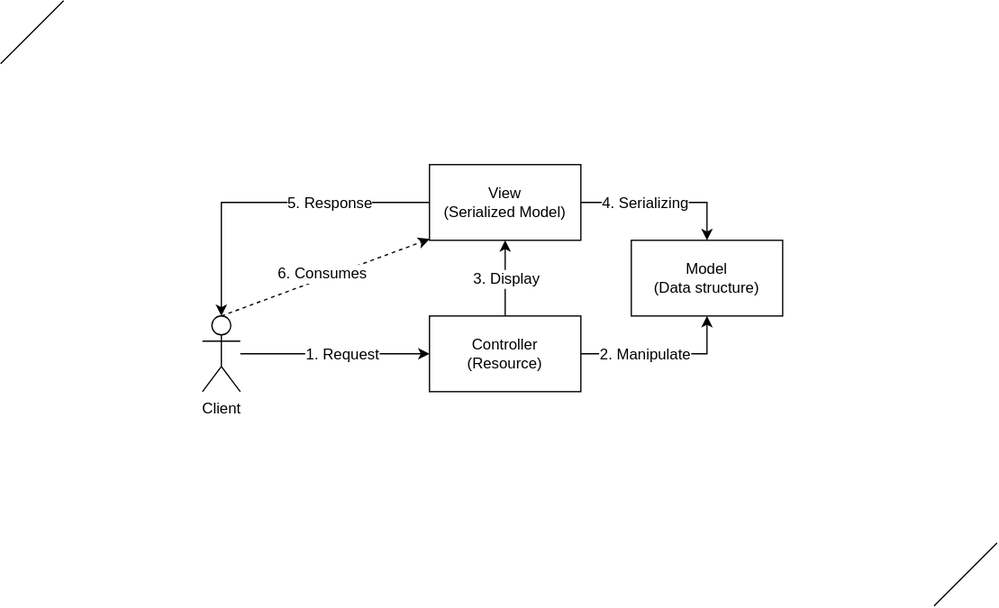
Earlier version of the draw.io export Diagrams/Web API.svg (PacktPublishing/Architecting-ASP.NET-Core-Applications-3E). Source tidied: cells renumbered, new cells last; positions are measured from the earlier drawing's top-left corner, leaving out a move shared by most shapes.
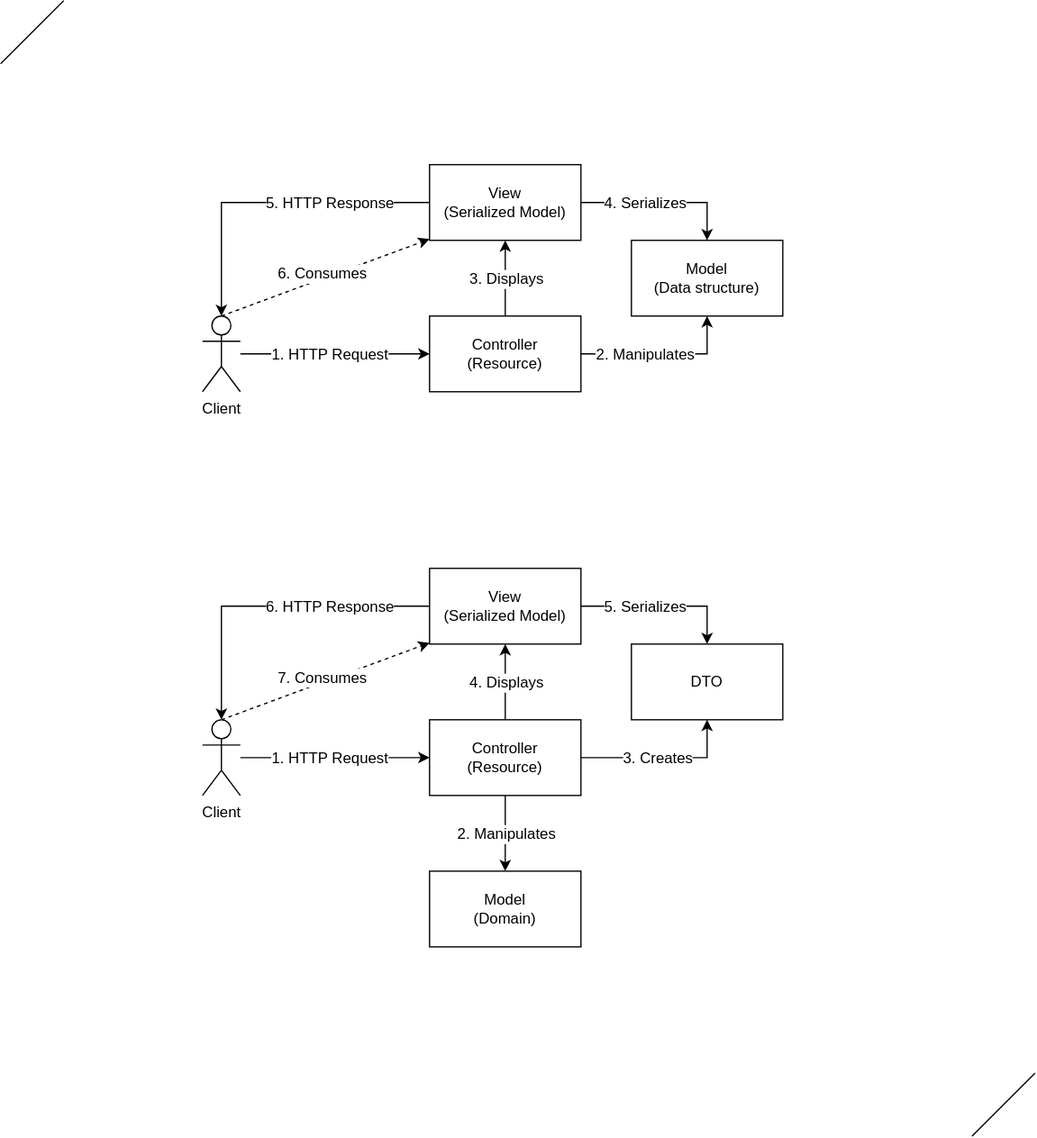
The same file after the commit.

Commit message:
Update Web API diagrams

What changed in the source:
```diff
@@ -8,7 +8,7 @@
     <mxCell id="3" style="edgeStyle=orthogonalEdgeStyle;rounded=0;html=1;jettySize=auto;" parent="1" edge="1" source="7" target="17">
       <mxGeometry relative="1" as="geometry" />
     </mxCell>
-    <mxCell id="4" value="3. Display" style="text;html=1;align=center;verticalAlign=middle;labelBackgroundColor=default;fontColor=default;" parent="3" vertex="1">
+    <mxCell id="4" value="3. Displays" style="text;html=1;align=center;verticalAlign=middle;labelBackgroundColor=default;fontColor=default;" parent="3" vertex="1">
       <mxGeometry x="-0.15" relative="1" as="geometry">
         <mxPoint y="-4.5" as="offset" />
       </mxGeometry>
@@ -16,7 +16,7 @@
     <mxCell id="5" style="edgeStyle=orthogonalEdgeStyle;rounded=0;html=1;entryX=0.5;entryY=1;jettySize=auto;" parent="1" edge="1" source="7" target="2">
       <mxGeometry relative="1" as="geometry" />
     </mxCell>
-    <mxCell id="6" value="2. Manipulate" style="text;html=1;align=center;verticalAlign=middle;labelBackgroundColor=default;fontColor=default;" parent="5" vertex="1">
+    <mxCell id="6" value="2. Manipulates" style="text;html=1;align=center;verticalAlign=middle;labelBackgroundColor=default;fontColor=default;" parent="5" vertex="1">
       <mxGeometry x="0.08" y="-2" relative="1" as="geometry">
         <mxPoint x="-20" y="-2" as="offset" />
       </mxGeometry>
@@ -27,9 +27,9 @@
     <mxCell id="8" style="edgeStyle=orthogonalEdgeStyle;rounded=0;html=1;jettySize=auto;" parent="1" edge="1" source="12" target="7">
       <mxGeometry relative="1" as="geometry" />
     </mxCell>
-    <mxCell id="9" value="1. Request" style="text;html=1;align=center;verticalAlign=middle;labelBackgroundColor=default;fontColor=default;" parent="8" vertex="1">
+    <mxCell id="9" value="1. HTTP Request" style="text;html=1;align=center;verticalAlign=middle;labelBackgroundColor=default;fontColor=default;" parent="8" vertex="1">
       <mxGeometry x="-0.13" y="-1" relative="1" as="geometry">
-        <mxPoint x="15" y="-1" as="offset" />
+        <mxPoint x="5" y="-1" as="offset" />
       </mxGeometry>
     </mxCell>
     <mxCell id="10" style="rounded=0;html=1;exitX=0.5;exitY=0;exitPerimeter=0;entryX=0;entryY=0.983;entryPerimeter=0;jettySize=auto;dashed=1;" parent="1" edge="1" source="12" target="17">
@@ -46,7 +46,7 @@
     <mxCell id="13" style="edgeStyle=orthogonalEdgeStyle;rounded=0;html=1;entryX=0.5;entryY=0;entryPerimeter=0;jettySize=auto;" parent="1" edge="1" source="17" target="12">
       <mxGeometry relative="1" as="geometry" />
     </mxCell>
-    <mxCell id="14" value="5. Response" style="text;html=1;align=center;verticalAlign=middle;labelBackgroundColor=default;fontColor=default;" parent="13" vertex="1">
+    <mxCell id="14" value="5. HTTP Response" style="text;html=1;align=center;verticalAlign=middle;labelBackgroundColor=default;fontColor=default;" parent="13" vertex="1">
       <mxGeometry x="0.08" y="2" relative="1" as="geometry">
         <mxPoint x="58" y="-2" as="offset" />
       </mxGeometry>
@@ -54,7 +54,7 @@
     <mxCell id="15" style="edgeStyle=orthogonalEdgeStyle;rounded=0;html=1;entryX=0.5;entryY=0;jettySize=auto;" parent="1" edge="1" source="17" target="2">
       <mxGeometry relative="1" as="geometry" />
     </mxCell>
-    <mxCell id="16" value="4. Serializing" style="text;html=1;align=center;verticalAlign=middle;labelBackgroundColor=default;fontColor=default;" parent="15" vertex="1">
+    <mxCell id="16" value="4. Serializes" style="text;html=1;align=center;verticalAlign=middle;labelBackgroundColor=default;fontColor=default;" parent="15" vertex="1">
       <mxGeometry x="-0.46" y="-1" relative="1" as="geometry">
         <mxPoint x="15" y="-1" as="offset" />
       </mxGeometry>
@@ -70,9 +70,80 @@
     </mxCell>
     <mxCell id="19" style="endArrow=none;html=1;fontColor=default;" parent="1" edge="1">
       <mxGeometry relative="1" as="geometry">
-        <mxPoint x="740" y="480" as="sourcePoint" />
-        <mxPoint x="790" y="430" as="targetPoint" />
+        <mxPoint x="770" y="900" as="sourcePoint" />
+        <mxPoint x="820" y="850" as="targetPoint" />
       </mxGeometry>
     </mxCell>
+    <mxCell id="20" value="DTO&lt;br&gt;" style="rounded=0;whiteSpace=wrap;html=1;" parent="1" vertex="1">
+      <mxGeometry x="500" y="510" width="120" height="60" as="geometry" />
+    </mxCell>
+    <mxCell id="21" style="edgeStyle=orthogonalEdgeStyle;rounded=0;html=1;jettySize=auto;fontColor=default;labelBackgroundColor=default;" parent="1" edge="1" source="27" target="37">
+      <mxGeometry relative="1" as="geometry" />
+    </mxCell>
+    <mxCell id="22" value="4. Displays" style="text;html=1;align=center;verticalAlign=middle;labelBackgroundColor=default;fontColor=default;" parent="21" vertex="1">
+      <mxGeometry x="-0.15" relative="1" as="geometry">
+        <mxPoint y="-4.5" as="offset" />
+      </mxGeometry>
+    </mxCell>
+    <mxCell id="23" style="edgeStyle=orthogonalEdgeStyle;rounded=0;html=1;entryX=0.5;entryY=1;jettySize=auto;fontColor=default;labelBackgroundColor=default;" parent="1" edge="1" source="27" target="20">
+      <mxGeometry relative="1" as="geometry" />
+    </mxCell>
+    <mxCell id="24" value="3. Creates" style="text;html=1;align=center;verticalAlign=middle;labelBackgroundColor=default;fontColor=default;" parent="23" vertex="1">
+      <mxGeometry x="0.08" y="-2" relative="1" as="geometry">
+        <mxPoint x="-10" y="-2" as="offset" />
+      </mxGeometry>
+    </mxCell>
+    <mxCell id="25" style="edgeStyle=orthogonalEdgeStyle;rounded=0;html=1;jettySize=auto;fontColor=default;labelBackgroundColor=default;" parent="1" edge="1" source="27" target="38">
+      <mxGeometry relative="1" as="geometry" />
+    </mxCell>
+    <mxCell id="26" value="2. Manipulates" style="text;html=1;align=center;verticalAlign=middle;labelBackgroundColor=default;fontColor=default;" parent="25" vertex="1">
+      <mxGeometry x="-0.19" y="29" relative="1" as="geometry">
+        <mxPoint x="-29" y="6" as="offset" />
+      </mxGeometry>
+    </mxCell>
+    <mxCell id="27" value="Controller&lt;br&gt;(Resource)&lt;br&gt;" style="rounded=0;whiteSpace=wrap;html=1;" parent="1" vertex="1">
+      <mxGeometry x="340" y="570" width="120" height="60" as="geometry" />
+    </mxCell>
+    <mxCell id="28" style="edgeStyle=orthogonalEdgeStyle;rounded=0;html=1;jettySize=auto;fontColor=default;labelBackgroundColor=default;" parent="1" edge="1" source="32" target="27">
+      <mxGeometry relative="1" as="geometry" />
+    </mxCell>
+    <mxCell id="29" value="1. HTTP Request" style="text;html=1;align=center;verticalAlign=middle;labelBackgroundColor=default;fontColor=default;" parent="28" vertex="1">
+      <mxGeometry x="-0.13" y="-1" relative="1" as="geometry">
+        <mxPoint x="5" y="-1" as="offset" />
+      </mxGeometry>
+    </mxCell>
+    <mxCell id="30" style="rounded=0;html=1;exitX=0.5;exitY=0;exitPerimeter=0;entryX=0;entryY=0.983;entryPerimeter=0;jettySize=auto;dashed=1;fontColor=default;labelBackgroundColor=default;" parent="1" edge="1" source="32" target="37">
+      <mxGeometry relative="1" as="geometry" />
+    </mxCell>
+    <mxCell id="31" value="7. Consumes" style="text;html=1;align=center;verticalAlign=middle;labelBackgroundColor=default;fontColor=default;" parent="30" vertex="1">
+      <mxGeometry x="-0.26" y="-1" relative="1" as="geometry">
+        <mxPoint x="18.5" y="-12" as="offset" />
+      </mxGeometry>
+    </mxCell>
+    <mxCell id="32" value="Client" style="shape=umlActor;verticalLabelPosition=bottom;labelBackgroundColor=default;verticalAlign=top;html=1;fontColor=default;" parent="1" vertex="1">
+      <mxGeometry x="160" y="570" width="30" height="60" as="geometry" />
+    </mxCell>
+    <mxCell id="33" style="edgeStyle=orthogonalEdgeStyle;rounded=0;html=1;entryX=0.5;entryY=0;entryPerimeter=0;jettySize=auto;fontColor=default;labelBackgroundColor=default;" parent="1" edge="1" source="37" target="32">
+      <mxGeometry relative="1" as="geometry" />
+    </mxCell>
+    <mxCell id="34" value="6. HTTP Response" style="text;html=1;align=center;verticalAlign=middle;labelBackgroundColor=default;fontColor=default;" parent="33" vertex="1">
+      <mxGeometry x="0.08" y="2" relative="1" as="geometry">
+        <mxPoint x="58" y="-2" as="offset" />
+      </mxGeometry>
+    </mxCell>
+    <mxCell id="35" style="edgeStyle=orthogonalEdgeStyle;rounded=0;html=1;entryX=0.5;entryY=0;jettySize=auto;fontColor=default;labelBackgroundColor=default;" parent="1" edge="1" source="37" target="20">
+      <mxGeometry relative="1" as="geometry" />
+    </mxCell>
+    <mxCell id="36" value="5. Serializes" style="text;html=1;align=center;verticalAlign=middle;labelBackgroundColor=default;fontColor=default;" parent="35" vertex="1">
+      <mxGeometry x="-0.46" y="-1" relative="1" as="geometry">
+        <mxPoint x="15" y="-1" as="offset" />
+      </mxGeometry>
+    </mxCell>
+    <mxCell id="37" value="&lt;span style=&quot;&quot;&gt;View&lt;/span&gt;&lt;br style=&quot;&quot;&gt;&lt;span style=&quot;&quot;&gt;(Serialized Model)&lt;/span&gt;" style="rounded=0;html=1;fontColor=default;labelBackgroundColor=none;labelBorderColor=none;whiteSpace=wrap;fillColor=default;strokeColor=default;" parent="1" vertex="1">
+      <mxGeometry x="340" y="450" width="120" height="60" as="geometry" />
+    </mxCell>
+    <mxCell id="38" value="Model&lt;br&gt;(Domain)&lt;br&gt;" style="rounded=0;whiteSpace=wrap;html=1;" parent="1" vertex="1">
+      <mxGeometry x="340" y="690" width="120" height="60" as="geometry" />
+    </mxCell>
   </root>
 </mxGraphModel>
```
